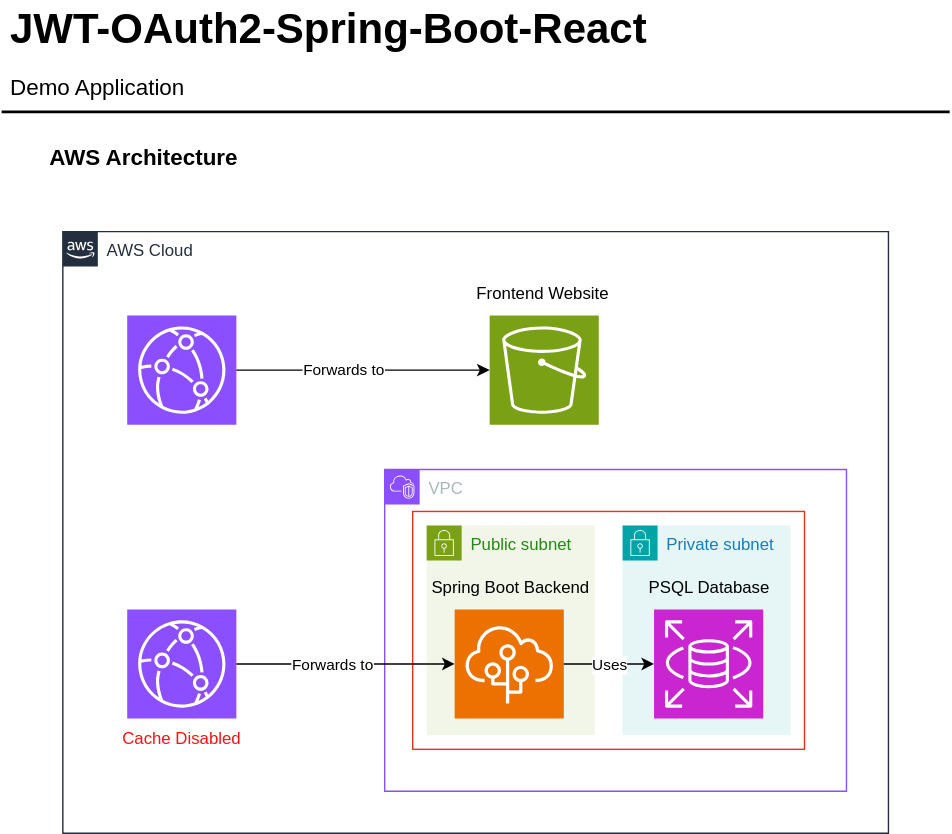
The draw.io diagram docs/AWS Architecture.drawio.svg in oukhali99/JWT-OAuth2-Spring-Boot-React, before a commit. Source tidied: cells renumbered, new cells last; positions are measured from the earlier drawing's top-left corner, leaving out a move shared by most shapes. Its diagram source:
```xml
<mxGraphModel>
  <root>
    <mxCell id="0" />
    <mxCell id="1" parent="0" />
    <mxCell id="2" value="JWT-OAuth2-Spring-Boot-React" style="text;html=1;align=left;verticalAlign=top;spacingTop=-4;fontSize=30;fontStyle=1;" parent="1" vertex="1">
      <mxGeometry x="4.5" y="0.5" width="450" height="40" as="geometry" />
    </mxCell>
    <mxCell id="3" value="Demo Application" style="text;html=1;align=left;verticalAlign=top;spacingTop=-4;fontSize=16;" parent="1" vertex="1">
      <mxGeometry x="4.5" y="50.5" width="150" height="30" as="geometry" />
    </mxCell>
    <mxCell id="4" value="AWS Architecture" style="text;html=1;align=left;verticalAlign=top;spacingTop=-4;fontSize=16;fontStyle=1;" parent="1" vertex="1">
      <mxGeometry x="32.5" y="100.5" width="150" height="30" as="geometry" />
    </mxCell>
    <mxCell id="5" style="line;strokeWidth=2;html=1;fontSize=14;" parent="1" vertex="1">
      <mxGeometry x="0.5" y="75.5" width="677.5" height="10" as="geometry" />
    </mxCell>
    <mxCell id="6" value="AWS Cloud" style="gradientColor=none;html=1;whiteSpace=wrap;fontSize=12;fontStyle=0;shape=mxgraph.aws4.group;grIcon=mxgraph.aws4.group_aws_cloud_alt;strokeColor=#232F3E;fillColor=none;verticalAlign=top;align=left;spacingLeft=30;fontColor=#232F3E;dashed=0;" parent="1" vertex="1">
      <mxGeometry x="44.2" y="166" width="590" height="430" as="geometry" />
    </mxCell>
    <mxCell id="7" value="VPC" style="gradientColor=none;html=1;whiteSpace=wrap;fontSize=12;fontStyle=0;shape=mxgraph.aws4.group;grIcon=mxgraph.aws4.group_vpc2;strokeColor=#8C4FFF;fillColor=none;verticalAlign=top;align=left;spacingLeft=30;fontColor=#AAB7B8;dashed=0;" parent="6" vertex="1">
      <mxGeometry x="230" y="170" width="330" height="230" as="geometry" />
    </mxCell>
    <mxCell id="8" value="Private subnet" style="gradientColor=none;html=1;whiteSpace=wrap;fontSize=12;fontStyle=0;shape=mxgraph.aws4.group;grIcon=mxgraph.aws4.group_security_group;grStroke=0;strokeColor=#00A4A6;fillColor=#E6F6F7;verticalAlign=top;align=left;spacingLeft=30;fontColor=#147EBA;dashed=0;" parent="7" vertex="1">
      <mxGeometry x="170" y="40" width="120" height="150" as="geometry" />
    </mxCell>
    <mxCell id="9" value="PSQL Database" style="text;html=1;align=center;verticalAlign=middle;strokeColor=none;fillColor=none;" parent="8" vertex="1">
      <mxGeometry x="6.5" y="30" width="110" height="30" as="geometry" />
    </mxCell>
    <mxCell id="10" style="sketch=0;points=[[0,0,0],[0.25,0,0],[0.5,0,0],[0.75,0,0],[1,0,0],[0,1,0],[0.25,1,0],[0.5,1,0],[0.75,1,0],[1,1,0],[0,0.25,0],[0,0.5,0],[0,0.75,0],[1,0.25,0],[1,0.5,0],[1,0.75,0]];outlineConnect=0;fontColor=#232F3E;fillColor=#C925D1;strokeColor=#ffffff;dashed=0;verticalLabelPosition=bottom;verticalAlign=top;align=center;html=1;fontSize=12;fontStyle=0;shape=mxgraph.aws4.resourceIcon;resIcon=mxgraph.aws4.rds;" parent="8" vertex="1">
      <mxGeometry x="22.5" y="60" width="78" height="78" as="geometry" />
    </mxCell>
    <mxCell id="11" value="Public subnet" style="gradientColor=none;html=1;whiteSpace=wrap;fontSize=12;fontStyle=0;shape=mxgraph.aws4.group;grIcon=mxgraph.aws4.group_security_group;grStroke=0;strokeColor=#7AA116;fillColor=#F2F6E8;verticalAlign=top;align=left;spacingLeft=30;fontColor=#248814;dashed=0;" parent="7" vertex="1">
      <mxGeometry x="30" y="40" width="120" height="150" as="geometry" />
    </mxCell>
    <mxCell id="12" style="sketch=0;points=[[0,0,0],[0.25,0,0],[0.5,0,0],[0.75,0,0],[1,0,0],[0,1,0],[0.25,1,0],[0.5,1,0],[0.75,1,0],[1,1,0],[0,0.25,0],[0,0.5,0],[0,0.75,0],[1,0.25,0],[1,0.5,0],[1,0.75,0]];outlineConnect=0;fontColor=#232F3E;fillColor=#ED7100;strokeColor=#ffffff;dashed=0;verticalLabelPosition=bottom;verticalAlign=top;align=center;html=1;fontSize=12;fontStyle=0;shape=mxgraph.aws4.resourceIcon;resIcon=mxgraph.aws4.elastic_beanstalk;" parent="11" vertex="1">
      <mxGeometry x="20" y="60" width="78" height="78" as="geometry" />
    </mxCell>
    <mxCell id="13" value="Spring Boot Backend" style="text;html=1;align=center;verticalAlign=middle;strokeColor=none;fillColor=none;" parent="11" vertex="1">
      <mxGeometry x="-10" y="30" width="140" height="30" as="geometry" />
    </mxCell>
    <mxCell id="14" style="fillColor=none;strokeColor=#DD3522;verticalAlign=top;fontStyle=0;fontColor=#DD3522;whiteSpace=wrap;html=1;" parent="7" vertex="1">
      <mxGeometry x="20" y="30" width="280" height="170" as="geometry" />
    </mxCell>
    <mxCell id="15" style="edgeStyle=orthogonalEdgeStyle;rounded=0;jettySize=auto;html=1;exitX=1;exitY=0.5;exitDx=0;exitDy=0;exitPerimeter=0;" parent="7" edge="1" source="12" target="10">
      <mxGeometry relative="1" as="geometry" />
    </mxCell>
    <mxCell id="16" value="Uses" style="edgeLabel;html=1;align=center;verticalAlign=middle;" parent="15" vertex="1">
      <mxGeometry x="-0.16" y="-2" relative="1" as="geometry">
        <mxPoint x="5" y="-2" as="offset" />
      </mxGeometry>
    </mxCell>
    <mxCell id="17" style="sketch=0;points=[[0,0,0],[0.25,0,0],[0.5,0,0],[0.75,0,0],[1,0,0],[0,1,0],[0.25,1,0],[0.5,1,0],[0.75,1,0],[1,1,0],[0,0.25,0],[0,0.5,0],[0,0.75,0],[1,0.25,0],[1,0.5,0],[1,0.75,0]];outlineConnect=0;fontColor=#232F3E;fillColor=#8C4FFF;strokeColor=#ffffff;dashed=0;verticalLabelPosition=bottom;verticalAlign=top;align=center;html=1;fontSize=12;fontStyle=0;shape=mxgraph.aws4.resourceIcon;resIcon=mxgraph.aws4.cloudfront;" parent="6" vertex="1">
      <mxGeometry x="46" y="270" width="78" height="78" as="geometry" />
    </mxCell>
    <mxCell id="18" value="&lt;font style=&quot;color: rgb(255, 17, 17);&quot;&gt;Cache Disabled&lt;/font&gt;" style="text;html=1;align=center;verticalAlign=middle;strokeColor=none;fillColor=none;" parent="6" vertex="1">
      <mxGeometry x="30" y="348" width="110" height="30" as="geometry" />
    </mxCell>
    <mxCell id="19" style="edgeStyle=orthogonalEdgeStyle;rounded=0;jettySize=auto;html=1;exitX=1;exitY=0.5;exitDx=0;exitDy=0;exitPerimeter=0;entryX=0;entryY=0.5;entryDx=0;entryDy=0;entryPerimeter=0;" parent="6" edge="1" source="17" target="12">
      <mxGeometry relative="1" as="geometry" />
    </mxCell>
    <mxCell id="20" value="Forwards to" style="edgeLabel;html=1;align=center;verticalAlign=middle;" parent="19" vertex="1">
      <mxGeometry x="-0.12" relative="1" as="geometry" />
    </mxCell>
    <mxCell id="21" style="sketch=0;points=[[0,0,0],[0.25,0,0],[0.5,0,0],[0.75,0,0],[1,0,0],[0,1,0],[0.25,1,0],[0.5,1,0],[0.75,1,0],[1,1,0],[0,0.25,0],[0,0.5,0],[0,0.75,0],[1,0.25,0],[1,0.5,0],[1,0.75,0]];outlineConnect=0;fontColor=#232F3E;fillColor=#7AA116;strokeColor=#ffffff;dashed=0;verticalLabelPosition=bottom;verticalAlign=top;align=center;html=1;fontSize=12;fontStyle=0;shape=mxgraph.aws4.resourceIcon;resIcon=mxgraph.aws4.s3;" parent="6" vertex="1">
      <mxGeometry x="305" y="60" width="78" height="78" as="geometry" />
    </mxCell>
    <mxCell id="22" style="sketch=0;points=[[0,0,0],[0.25,0,0],[0.5,0,0],[0.75,0,0],[1,0,0],[0,1,0],[0.25,1,0],[0.5,1,0],[0.75,1,0],[1,1,0],[0,0.25,0],[0,0.5,0],[0,0.75,0],[1,0.25,0],[1,0.5,0],[1,0.75,0]];outlineConnect=0;fontColor=#232F3E;fillColor=#8C4FFF;strokeColor=#ffffff;dashed=0;verticalLabelPosition=bottom;verticalAlign=top;align=center;html=1;fontSize=12;fontStyle=0;shape=mxgraph.aws4.resourceIcon;resIcon=mxgraph.aws4.cloudfront;" parent="6" vertex="1">
      <mxGeometry x="46" y="60" width="78" height="78" as="geometry" />
    </mxCell>
    <mxCell id="23" style="edgeStyle=orthogonalEdgeStyle;rounded=0;jettySize=auto;html=1;exitX=1;exitY=0.5;exitDx=0;exitDy=0;exitPerimeter=0;entryX=0;entryY=0.5;entryDx=0;entryDy=0;entryPerimeter=0;" parent="6" edge="1" source="22" target="21">
      <mxGeometry relative="1" as="geometry" />
    </mxCell>
    <mxCell id="24" value="Forwards to" style="edgeLabel;html=1;align=center;verticalAlign=middle;" parent="23" vertex="1">
      <mxGeometry x="-0.15" y="1" relative="1" as="geometry" />
    </mxCell>
    <mxCell id="25" value="Frontend Website" style="text;html=1;align=center;verticalAlign=middle;strokeColor=none;fillColor=none;" parent="6" vertex="1">
      <mxGeometry x="283" y="30" width="120" height="30" as="geometry" />
    </mxCell>
  </root>
</mxGraphModel>
```
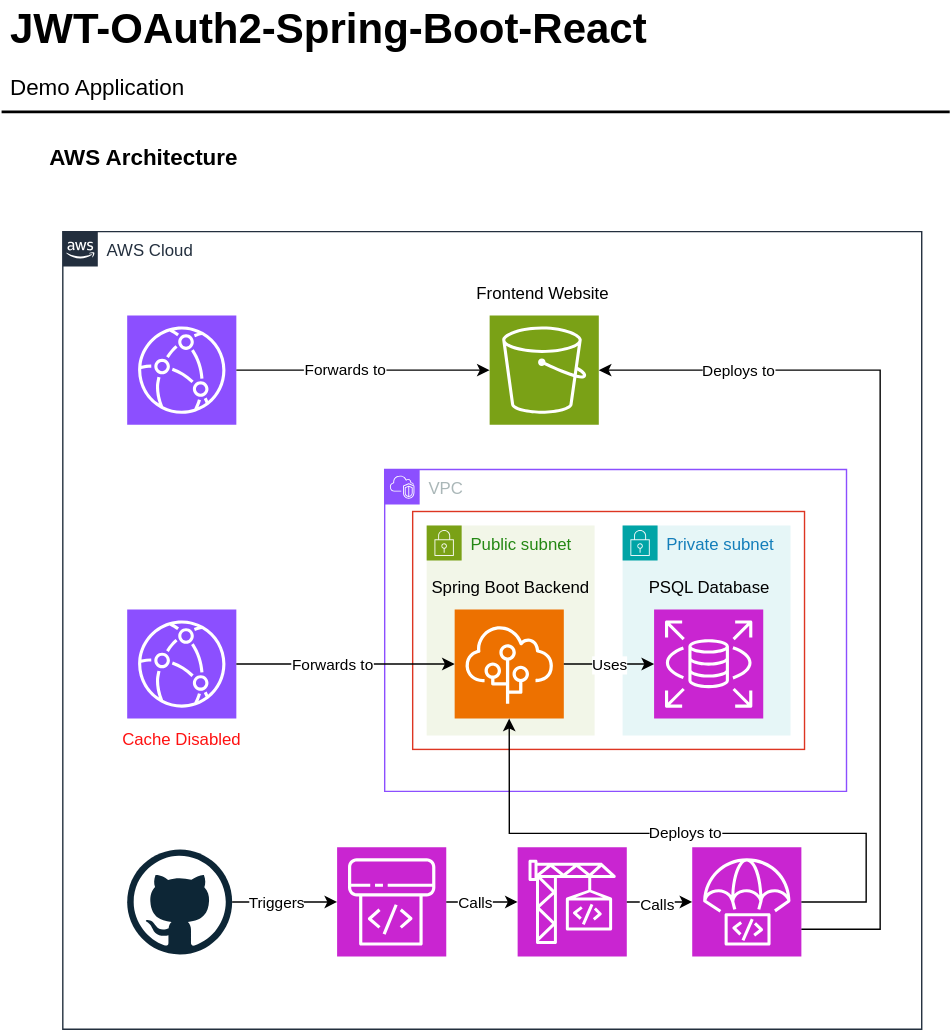
After the commit.

Change to the diagram source:
```diff
@@ -15,8 +15,11 @@
       <mxGeometry x="0.5" y="75.5" width="677.5" height="10" as="geometry" />
     </mxCell>
     <mxCell id="6" value="AWS Cloud" style="gradientColor=none;html=1;whiteSpace=wrap;fontSize=12;fontStyle=0;shape=mxgraph.aws4.group;grIcon=mxgraph.aws4.group_aws_cloud_alt;strokeColor=#232F3E;fillColor=none;verticalAlign=top;align=left;spacingLeft=30;fontColor=#232F3E;dashed=0;" parent="1" vertex="1">
-      <mxGeometry x="44.2" y="166" width="590" height="430" as="geometry" />
+      <mxGeometry x="44.2" y="166" width="613.8" height="570" as="geometry" />
     </mxCell>
+    <mxCell id="17" style="sketch=0;points=[[0,0,0],[0.25,0,0],[0.5,0,0],[0.75,0,0],[1,0,0],[0,1,0],[0.25,1,0],[0.5,1,0],[0.75,1,0],[1,1,0],[0,0.25,0],[0,0.5,0],[0,0.75,0],[1,0.25,0],[1,0.5,0],[1,0.75,0]];outlineConnect=0;fontColor=#232F3E;fillColor=#8C4FFF;strokeColor=#ffffff;dashed=0;verticalLabelPosition=bottom;verticalAlign=top;align=center;html=1;fontSize=12;fontStyle=0;shape=mxgraph.aws4.resourceIcon;resIcon=mxgraph.aws4.cloudfront;" parent="6" vertex="1">
+      <mxGeometry x="46" y="270" width="78" height="78" as="geometry" />
+    </mxCell>
     <mxCell id="7" value="VPC" style="gradientColor=none;html=1;whiteSpace=wrap;fontSize=12;fontStyle=0;shape=mxgraph.aws4.group;grIcon=mxgraph.aws4.group_vpc2;strokeColor=#8C4FFF;fillColor=none;verticalAlign=top;align=left;spacingLeft=30;fontColor=#AAB7B8;dashed=0;" parent="6" vertex="1">
       <mxGeometry x="230" y="170" width="330" height="230" as="geometry" />
     </mxCell>
@@ -29,6 +32,9 @@
     <mxCell id="10" style="sketch=0;points=[[0,0,0],[0.25,0,0],[0.5,0,0],[0.75,0,0],[1,0,0],[0,1,0],[0.25,1,0],[0.5,1,0],[0.75,1,0],[1,1,0],[0,0.25,0],[0,0.5,0],[0,0.75,0],[1,0.25,0],[1,0.5,0],[1,0.75,0]];outlineConnect=0;fontColor=#232F3E;fillColor=#C925D1;strokeColor=#ffffff;dashed=0;verticalLabelPosition=bottom;verticalAlign=top;align=center;html=1;fontSize=12;fontStyle=0;shape=mxgraph.aws4.resourceIcon;resIcon=mxgraph.aws4.rds;" parent="8" vertex="1">
       <mxGeometry x="22.5" y="60" width="78" height="78" as="geometry" />
     </mxCell>
+    <mxCell id="14" style="fillColor=none;strokeColor=#DD3522;verticalAlign=top;fontStyle=0;fontColor=#DD3522;whiteSpace=wrap;html=1;" parent="7" vertex="1">
+      <mxGeometry x="20" y="30" width="280" height="170" as="geometry" />
+    </mxCell>
     <mxCell id="11" value="Public subnet" style="gradientColor=none;html=1;whiteSpace=wrap;fontSize=12;fontStyle=0;shape=mxgraph.aws4.group;grIcon=mxgraph.aws4.group_security_group;grStroke=0;strokeColor=#7AA116;fillColor=#F2F6E8;verticalAlign=top;align=left;spacingLeft=30;fontColor=#248814;dashed=0;" parent="7" vertex="1">
       <mxGeometry x="30" y="40" width="120" height="150" as="geometry" />
     </mxCell>
@@ -38,9 +44,6 @@
     <mxCell id="13" value="Spring Boot Backend" style="text;html=1;align=center;verticalAlign=middle;strokeColor=none;fillColor=none;" parent="11" vertex="1">
       <mxGeometry x="-10" y="30" width="140" height="30" as="geometry" />
     </mxCell>
-    <mxCell id="14" style="fillColor=none;strokeColor=#DD3522;verticalAlign=top;fontStyle=0;fontColor=#DD3522;whiteSpace=wrap;html=1;" parent="7" vertex="1">
-      <mxGeometry x="20" y="30" width="280" height="170" as="geometry" />
-    </mxCell>
     <mxCell id="15" style="edgeStyle=orthogonalEdgeStyle;rounded=0;jettySize=auto;html=1;exitX=1;exitY=0.5;exitDx=0;exitDy=0;exitPerimeter=0;" parent="7" edge="1" source="12" target="10">
       <mxGeometry relative="1" as="geometry" />
     </mxCell>
@@ -49,9 +52,6 @@
         <mxPoint x="5" y="-2" as="offset" />
       </mxGeometry>
     </mxCell>
-    <mxCell id="17" style="sketch=0;points=[[0,0,0],[0.25,0,0],[0.5,0,0],[0.75,0,0],[1,0,0],[0,1,0],[0.25,1,0],[0.5,1,0],[0.75,1,0],[1,1,0],[0,0.25,0],[0,0.5,0],[0,0.75,0],[1,0.25,0],[1,0.5,0],[1,0.75,0]];outlineConnect=0;fontColor=#232F3E;fillColor=#8C4FFF;strokeColor=#ffffff;dashed=0;verticalLabelPosition=bottom;verticalAlign=top;align=center;html=1;fontSize=12;fontStyle=0;shape=mxgraph.aws4.resourceIcon;resIcon=mxgraph.aws4.cloudfront;" parent="6" vertex="1">
-      <mxGeometry x="46" y="270" width="78" height="78" as="geometry" />
-    </mxCell>
     <mxCell id="18" value="&lt;font style=&quot;color: rgb(255, 17, 17);&quot;&gt;Cache Disabled&lt;/font&gt;" style="text;html=1;align=center;verticalAlign=middle;strokeColor=none;fillColor=none;" parent="6" vertex="1">
       <mxGeometry x="30" y="348" width="110" height="30" as="geometry" />
     </mxCell>
@@ -76,5 +76,60 @@
     <mxCell id="25" value="Frontend Website" style="text;html=1;align=center;verticalAlign=middle;strokeColor=none;fillColor=none;" parent="6" vertex="1">
       <mxGeometry x="283" y="30" width="120" height="30" as="geometry" />
     </mxCell>
+    <mxCell id="26" style="dashed=0;outlineConnect=0;html=1;align=center;labelPosition=center;verticalLabelPosition=bottom;verticalAlign=top;shape=mxgraph.weblogos.github;" parent="6" vertex="1">
+      <mxGeometry x="46" y="441.5" width="75" height="75" as="geometry" />
+    </mxCell>
+    <mxCell id="27" style="sketch=0;points=[[0,0,0],[0.25,0,0],[0.5,0,0],[0.75,0,0],[1,0,0],[0,1,0],[0.25,1,0],[0.5,1,0],[0.75,1,0],[1,1,0],[0,0.25,0],[0,0.5,0],[0,0.75,0],[1,0.25,0],[1,0.5,0],[1,0.75,0]];outlineConnect=0;fontColor=#232F3E;fillColor=#C925D1;strokeColor=#ffffff;dashed=0;verticalLabelPosition=bottom;verticalAlign=top;align=center;html=1;fontSize=12;fontStyle=0;shape=mxgraph.aws4.resourceIcon;resIcon=mxgraph.aws4.codepipeline;" parent="6" vertex="1">
+      <mxGeometry x="196" y="440" width="78" height="78" as="geometry" />
+    </mxCell>
+    <mxCell id="28" style="sketch=0;points=[[0,0,0],[0.25,0,0],[0.5,0,0],[0.75,0,0],[1,0,0],[0,1,0],[0.25,1,0],[0.5,1,0],[0.75,1,0],[1,1,0],[0,0.25,0],[0,0.5,0],[0,0.75,0],[1,0.25,0],[1,0.5,0],[1,0.75,0]];outlineConnect=0;fontColor=#232F3E;fillColor=#C925D1;strokeColor=#ffffff;dashed=0;verticalLabelPosition=bottom;verticalAlign=top;align=center;html=1;fontSize=12;fontStyle=0;shape=mxgraph.aws4.resourceIcon;resIcon=mxgraph.aws4.codebuild;" parent="6" vertex="1">
+      <mxGeometry x="325" y="440" width="78" height="78" as="geometry" />
+    </mxCell>
+    <mxCell id="29" style="sketch=0;points=[[0,0,0],[0.25,0,0],[0.5,0,0],[0.75,0,0],[1,0,0],[0,1,0],[0.25,1,0],[0.5,1,0],[0.75,1,0],[1,1,0],[0,0.25,0],[0,0.5,0],[0,0.75,0],[1,0.25,0],[1,0.5,0],[1,0.75,0]];outlineConnect=0;fontColor=#232F3E;fillColor=#C925D1;strokeColor=#ffffff;dashed=0;verticalLabelPosition=bottom;verticalAlign=top;align=center;html=1;fontSize=12;fontStyle=0;shape=mxgraph.aws4.resourceIcon;resIcon=mxgraph.aws4.codedeploy;" parent="6" vertex="1">
+      <mxGeometry x="449.8" y="440" width="78" height="78" as="geometry" />
+    </mxCell>
+    <mxCell id="30" style="edgeStyle=orthogonalEdgeStyle;rounded=0;jettySize=auto;html=1;entryX=0;entryY=0.5;entryDx=0;entryDy=0;entryPerimeter=0;" parent="6" edge="1" source="26" target="27">
+      <mxGeometry relative="1" as="geometry" />
+    </mxCell>
+    <mxCell id="31" value="Triggers" style="edgeLabel;html=1;align=center;verticalAlign=middle;" parent="30" vertex="1">
+      <mxGeometry x="-0.28" y="1" relative="1" as="geometry">
+        <mxPoint x="4" y="1" as="offset" />
+      </mxGeometry>
+    </mxCell>
+    <mxCell id="32" style="edgeStyle=orthogonalEdgeStyle;rounded=0;jettySize=auto;html=1;exitX=1;exitY=0.5;exitDx=0;exitDy=0;exitPerimeter=0;entryX=0;entryY=0.5;entryDx=0;entryDy=0;entryPerimeter=0;" parent="6" edge="1" source="27" target="28">
+      <mxGeometry relative="1" as="geometry" />
+    </mxCell>
+    <mxCell id="33" value="Calls" style="edgeLabel;html=1;align=center;verticalAlign=middle;" parent="32" vertex="1">
+      <mxGeometry x="-0.23" relative="1" as="geometry" />
+    </mxCell>
+    <mxCell id="34" style="edgeStyle=orthogonalEdgeStyle;rounded=0;jettySize=auto;html=1;exitX=1;exitY=0.5;exitDx=0;exitDy=0;exitPerimeter=0;entryX=0;entryY=0.5;entryDx=0;entryDy=0;entryPerimeter=0;" parent="6" edge="1" source="28" target="29">
+      <mxGeometry relative="1" as="geometry" />
+    </mxCell>
+    <mxCell id="35" value="Calls" style="edgeLabel;html=1;align=center;verticalAlign=middle;" parent="34" vertex="1">
+      <mxGeometry x="-0.11" y="-1" relative="1" as="geometry" />
+    </mxCell>
+    <mxCell id="36" style="edgeStyle=orthogonalEdgeStyle;rounded=0;jettySize=auto;html=1;exitX=1;exitY=0.5;exitDx=0;exitDy=0;exitPerimeter=0;entryX=0.5;entryY=1;entryDx=0;entryDy=0;entryPerimeter=0;" parent="6" edge="1" source="29" target="12">
+      <mxGeometry relative="1" as="geometry">
+        <Array as="points">
+          <mxPoint x="574" y="479" />
+          <mxPoint x="574" y="430" />
+          <mxPoint x="319" y="430" />
+        </Array>
+      </mxGeometry>
+    </mxCell>
+    <mxCell id="37" value="Deploys to" style="edgeLabel;html=1;align=center;verticalAlign=middle;" parent="36" vertex="1">
+      <mxGeometry x="0.04" y="-1" relative="1" as="geometry" />
+    </mxCell>
+    <mxCell id="38" style="edgeStyle=orthogonalEdgeStyle;rounded=0;jettySize=auto;html=1;exitX=1;exitY=0.75;exitDx=0;exitDy=0;exitPerimeter=0;entryX=1;entryY=0.5;entryDx=0;entryDy=0;entryPerimeter=0;" parent="6" edge="1" source="29" target="21">
+      <mxGeometry relative="1" as="geometry">
+        <Array as="points">
+          <mxPoint x="584" y="499" />
+          <mxPoint x="584" y="99" />
+        </Array>
+      </mxGeometry>
+    </mxCell>
+    <mxCell id="39" value="Deploys to" style="edgeLabel;html=1;align=center;verticalAlign=middle;" parent="38" vertex="1">
+      <mxGeometry x="0.7" relative="1" as="geometry" />
+    </mxCell>
   </root>
 </mxGraphModel>
```
